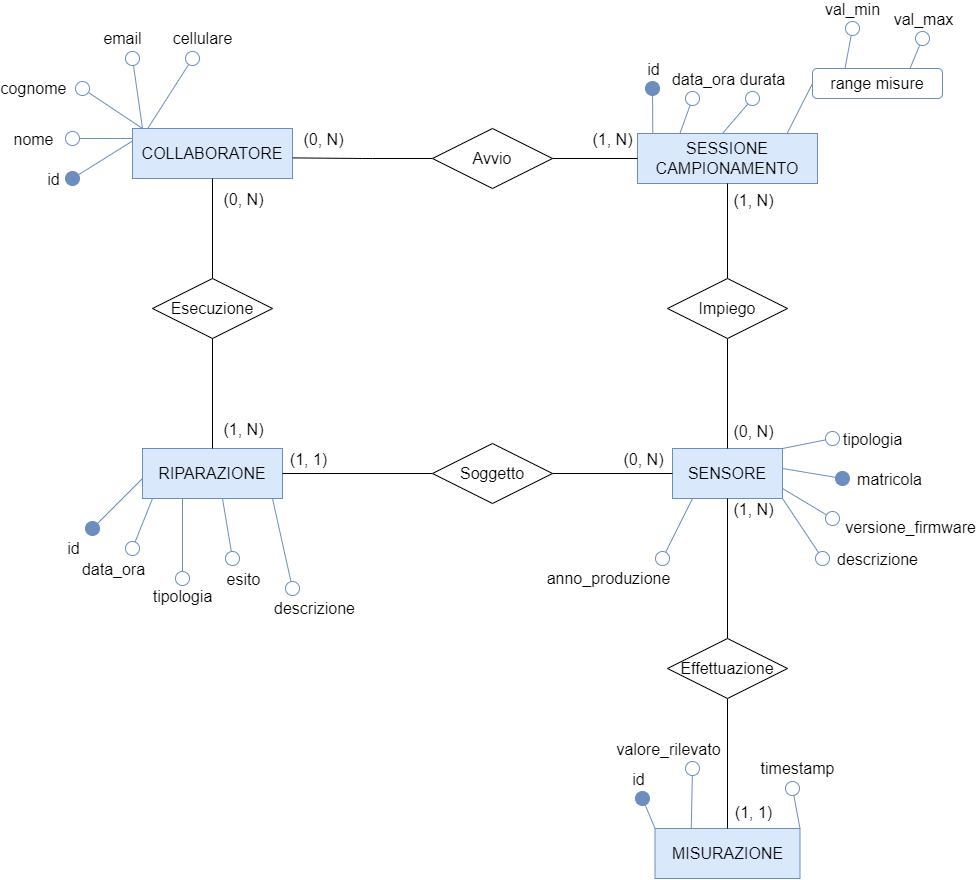
Above: diagrammi e-r/Diag. Monitoraggio.png in faffolao/ProgettoBD2022 (draw.io), before the change. Source tidied: cells renumbered, new cells last; positions are measured from the earlier drawing's top-left corner, leaving out a move shared by most shapes.
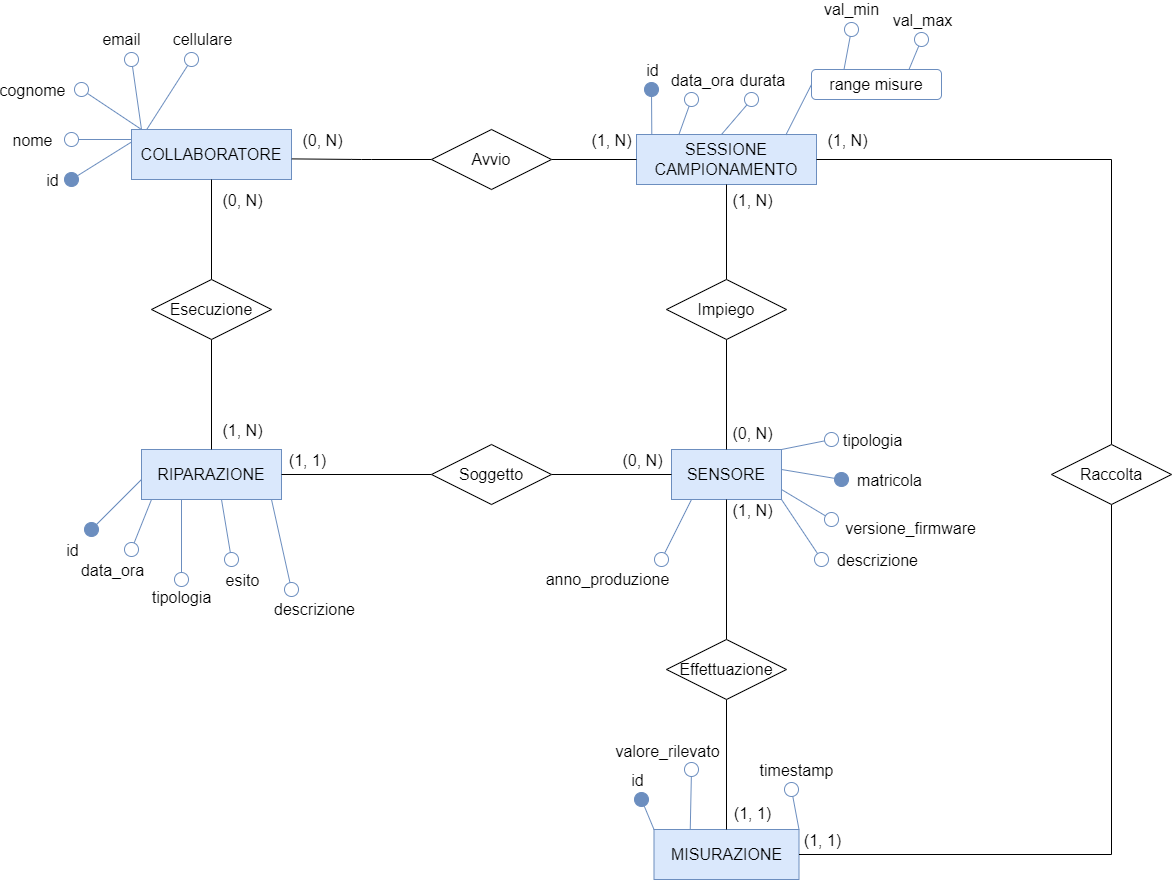
Above is the later version.

Diff of the diagram source:
```diff
@@ -361,5 +361,32 @@
     <mxCell id="79" value="Effettuazione" style="shape=rhombus;perimeter=rhombusPerimeter;whiteSpace=wrap;html=1;align=center;fontSize=16;" parent="1" vertex="1">
       <mxGeometry x="595" y="610" width="120" height="60" as="geometry" />
     </mxCell>
+    <mxCell id="80" style="edgeStyle=orthogonalEdgeStyle;rounded=0;jettySize=auto;html=1;entryX=1;entryY=0.5;entryDx=0;entryDy=0;endArrow=none;endFill=0;" parent="1" edge="1" source="84" target="66">
+      <mxGeometry relative="1" as="geometry">
+        <Array as="points">
+          <mxPoint x="1040" y="825" />
+        </Array>
+      </mxGeometry>
+    </mxCell>
+    <mxCell id="81" value="(1, 1)" style="edgeLabel;html=1;align=center;verticalAlign=middle;fontSize=16;" parent="80" vertex="1">
+      <mxGeometry x="0.89" relative="1" as="geometry">
+        <mxPoint x="-13" y="-15" as="offset" />
+      </mxGeometry>
+    </mxCell>
+    <mxCell id="82" style="edgeStyle=orthogonalEdgeStyle;rounded=0;jettySize=auto;html=1;entryX=1;entryY=0.5;entryDx=0;entryDy=0;endArrow=none;endFill=0;" parent="1" edge="1" source="84" target="43">
+      <mxGeometry relative="1" as="geometry">
+        <Array as="points">
+          <mxPoint x="1040" y="130" />
+        </Array>
+      </mxGeometry>
+    </mxCell>
+    <mxCell id="83" value="(1, N)" style="edgeLabel;html=1;align=center;verticalAlign=middle;fontSize=16;" parent="82" vertex="1">
+      <mxGeometry x="0.9" y="-2" relative="1" as="geometry">
+        <mxPoint y="-18" as="offset" />
+      </mxGeometry>
+    </mxCell>
+    <mxCell id="84" value="Raccolta" style="shape=rhombus;perimeter=rhombusPerimeter;whiteSpace=wrap;html=1;align=center;fontSize=16;" parent="1" vertex="1">
+      <mxGeometry x="980" y="415" width="120" height="60" as="geometry" />
+    </mxCell>
   </root>
 </mxGraphModel>
```
